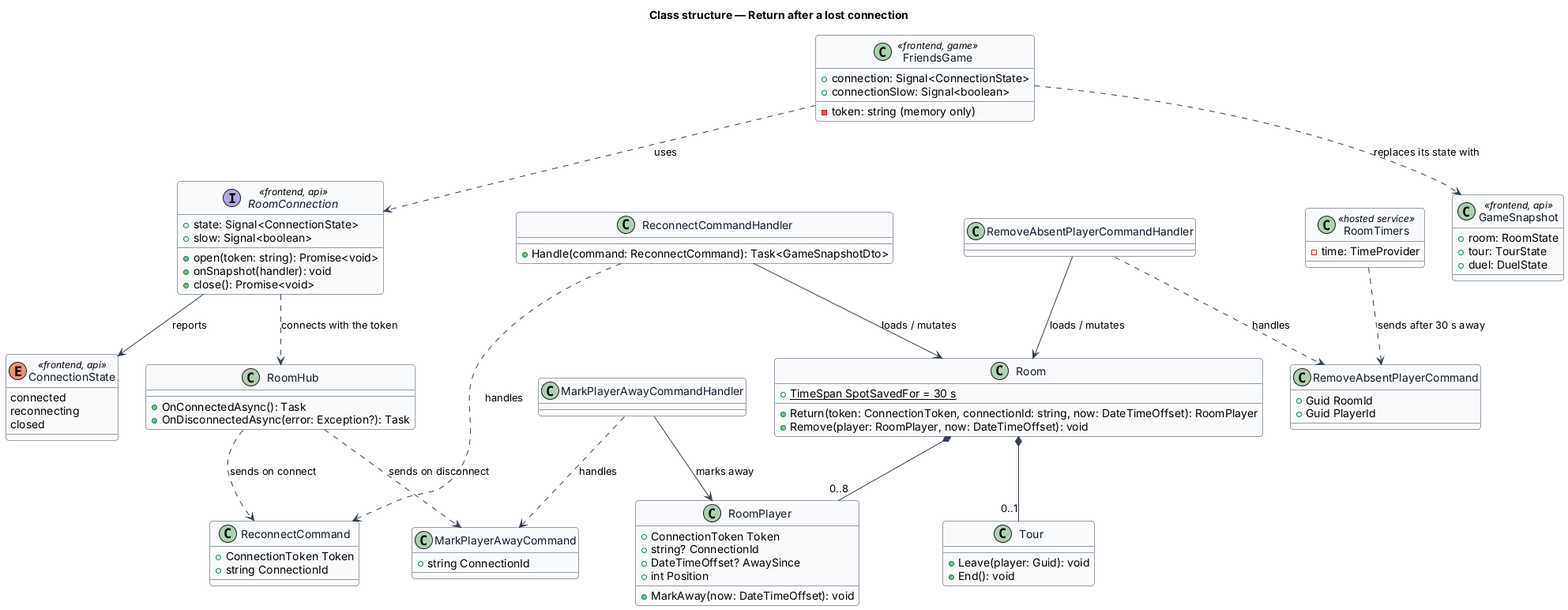
This is docs/detailed-designs/rooms/return-after-lost-connection/diagrams/class-structure.png from QuinntyneBrown/around-the-world, a PlantUML export, as it was before one commit. Its source is kept beside it as docs/detailed-designs/rooms/return-after-lost-connection/diagrams/class-structure.puml.
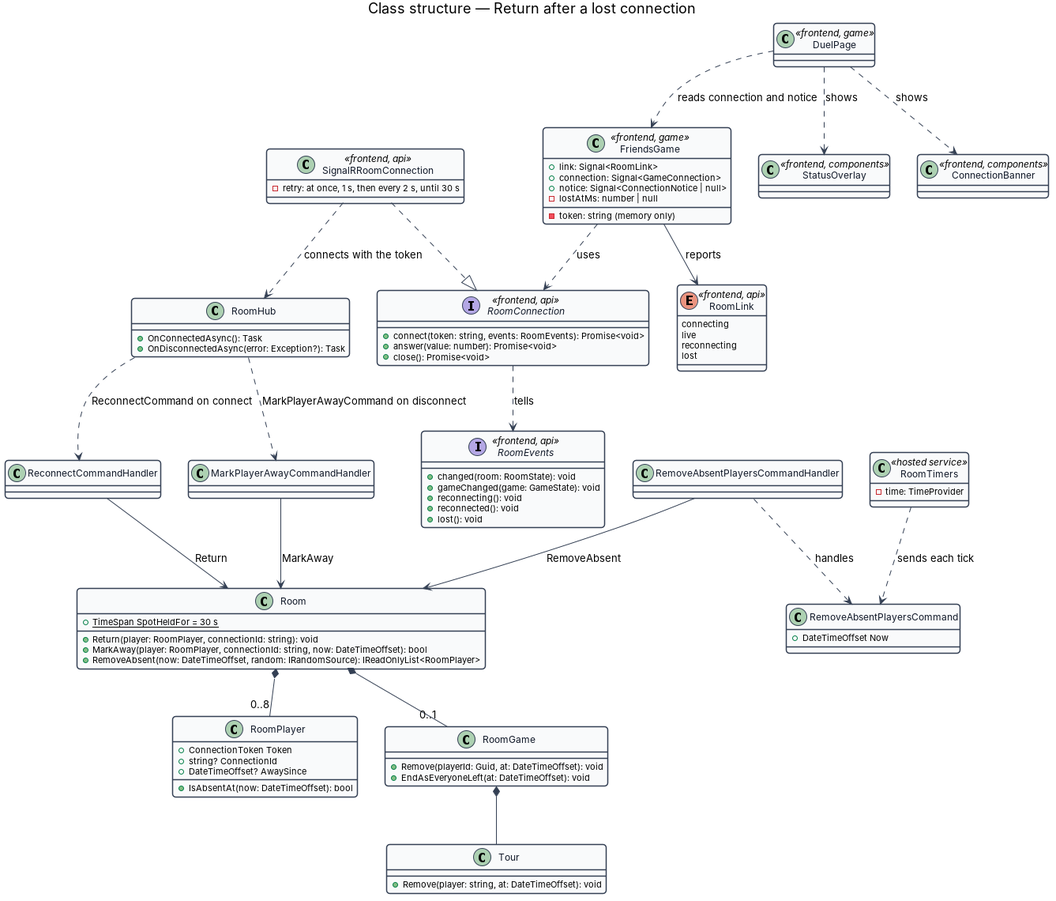
The same diagram one commit later.

The edit, as a diff of the source:
```diff
@@ -11,81 +11,86 @@
 }
 title Class structure — Return after a lost connection
 
-enum ConnectionState <<frontend, api>> {
-  connected
+enum RoomLink <<frontend, api>> {
+  connecting
+  live
   reconnecting
-  closed
+  lost
+}
+interface RoomEvents <<frontend, api>> {
+  +changed(room: RoomState): void
+  +gameChanged(game: GameState): void
+  +reconnecting(): void
+  +reconnected(): void
+  +lost(): void
 }
 interface RoomConnection <<frontend, api>> {
-  +state: Signal<ConnectionState>
-  +slow: Signal<boolean>
-  +open(token: string): Promise<void>
-  +onSnapshot(handler): void
+  +connect(token: string, events: RoomEvents): Promise<void>
+  +answer(value: number): Promise<void>
   +close(): Promise<void>
 }
+class SignalRRoomConnection <<frontend, api>> {
+  -retry: at once, 1 s, then every 2 s, until 30 s
+}
 class FriendsGame <<frontend, game>> {
-  +connection: Signal<ConnectionState>
-  +connectionSlow: Signal<boolean>
+  +link: Signal<RoomLink>
+  +connection: Signal<GameConnection>
+  +notice: Signal<ConnectionNotice | null>
   -token: string (memory only)
+  -lostAtMs: number | null
 }
-class GameSnapshot <<frontend, api>> {
-  +room: RoomState
-  +tour: TourState
-  +duel: DuelState
-}
+class StatusOverlay <<frontend, components>>
+class ConnectionBanner <<frontend, components>>
+class DuelPage <<frontend, game>>
 class RoomHub {
   +OnConnectedAsync(): Task
   +OnDisconnectedAsync(error: Exception?): Task
 }
-class ReconnectCommand {
-  +ConnectionToken Token
-  +string ConnectionId
+class ReconnectCommandHandler
+class MarkPlayerAwayCommandHandler
+class RemoveAbsentPlayersCommand {
+  +DateTimeOffset Now
 }
-class ReconnectCommandHandler {
-  +Handle(command: ReconnectCommand): Task<GameSnapshotDto>
-}
-class MarkPlayerAwayCommand {
-  +string ConnectionId
-}
-class MarkPlayerAwayCommandHandler
-class RemoveAbsentPlayerCommand {
-  +Guid RoomId
-  +Guid PlayerId
-}
-class RemoveAbsentPlayerCommandHandler
+class RemoveAbsentPlayersCommandHandler
 class RoomTimers <<hosted service>> {
   -time: TimeProvider
 }
 class Room {
-  +{static} TimeSpan SpotSavedFor = 30 s
-  +Return(token: ConnectionToken, connectionId: string, now: DateTimeOffset): RoomPlayer
-  +Remove(player: RoomPlayer, now: DateTimeOffset): void
+  +{static} TimeSpan SpotHeldFor = 30 s
+  +Return(player: RoomPlayer, connectionId: string): void
+  +MarkAway(player: RoomPlayer, connectionId: string, now: DateTimeOffset): bool
+  +RemoveAbsent(now: DateTimeOffset, random: IRandomSource): IReadOnlyList<RoomPlayer>
 }
 class RoomPlayer {
   +ConnectionToken Token
   +string? ConnectionId
   +DateTimeOffset? AwaySince
-  +int Position
-  +MarkAway(now: DateTimeOffset): void
+  +IsAbsentAt(now: DateTimeOffset): bool
+}
+class RoomGame {
+  +Remove(playerId: Guid, at: DateTimeOffset): void
+  +EndAsEveryoneLeft(at: DateTimeOffset): void
 }
 class Tour {
-  +Leave(player: Guid): void
-  +End(): void
+  +Remove(player: string, at: DateTimeOffset): void
 }
 
+DuelPage ..> FriendsGame : reads connection and notice
+DuelPage ..> StatusOverlay : shows
+DuelPage ..> ConnectionBanner : shows
 FriendsGame ..> RoomConnection : uses
-FriendsGame ..> GameSnapshot : replaces its state with
-RoomConnection --> ConnectionState : reports
-RoomConnection ..> RoomHub : connects with the token
-RoomHub ..> ReconnectCommand : sends on connect
-RoomHub ..> MarkPlayerAwayCommand : sends on disconnect
-RoomTimers ..> RemoveAbsentPlayerCommand : sends after 30 s away
-ReconnectCommandHandler ..> ReconnectCommand : handles
-MarkPlayerAwayCommandHandler ..> MarkPlayerAwayCommand : handles
-RemoveAbsentPlayerCommandHandler ..> RemoveAbsentPlayerCommand : handles
-ReconnectCommandHandler --> Room : loads / mutates
-MarkPlayerAwayCommandHandler --> RoomPlayer : marks away
-RemoveAbsentPlayerCommandHandler --> Room : loads / mutates
+FriendsGame --> RoomLink : reports
+SignalRRoomConnection ..|> RoomConnection
+RoomConnection ..> RoomEvents : tells
+SignalRRoomConnection ..> RoomHub : connects with the token
+RoomHub ..> ReconnectCommandHandler : ReconnectCommand on connect
+RoomHub ..> MarkPlayerAwayCommandHandler : MarkPlayerAwayCommand on disconnect
+RoomTimers ..> RemoveAbsentPlayersCommand : sends each tick
+RemoveAbsentPlayersCommandHandler ..> RemoveAbsentPlayersCommand : handles
+ReconnectCommandHandler --> Room : Return
+MarkPlayerAwayCommandHandler --> Room : MarkAway
+RemoveAbsentPlayersCommandHandler --> Room : RemoveAbsent
 Room *-- "0..8" RoomPlayer
-Room *-- "0..1" Tour
+Room *-- "0..1" RoomGame
+RoomGame *-- Tour
 @enduml
```
